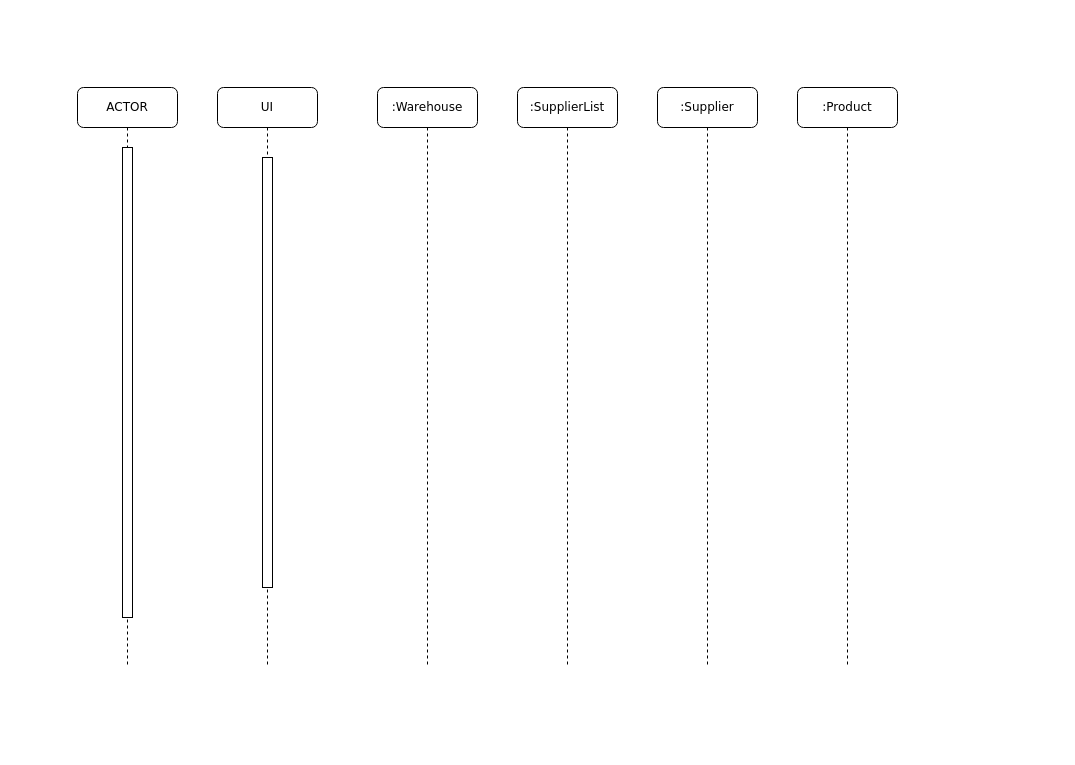
chrismd2/CSci-430-Group-11 keeps this draw.io diagram as Project_1/SequenceDiagrams/TrackSupplierInventory.drawio. Above is the earlier version. Source tidied: cells renumbered, new cells numbered last; positions are measured from the earlier drawing's top-left corner, leaving out a move shared by most shapes. Both pictures are drawn from the tidied source at 100%, with x=0, y=0 at pixel (77, 87).
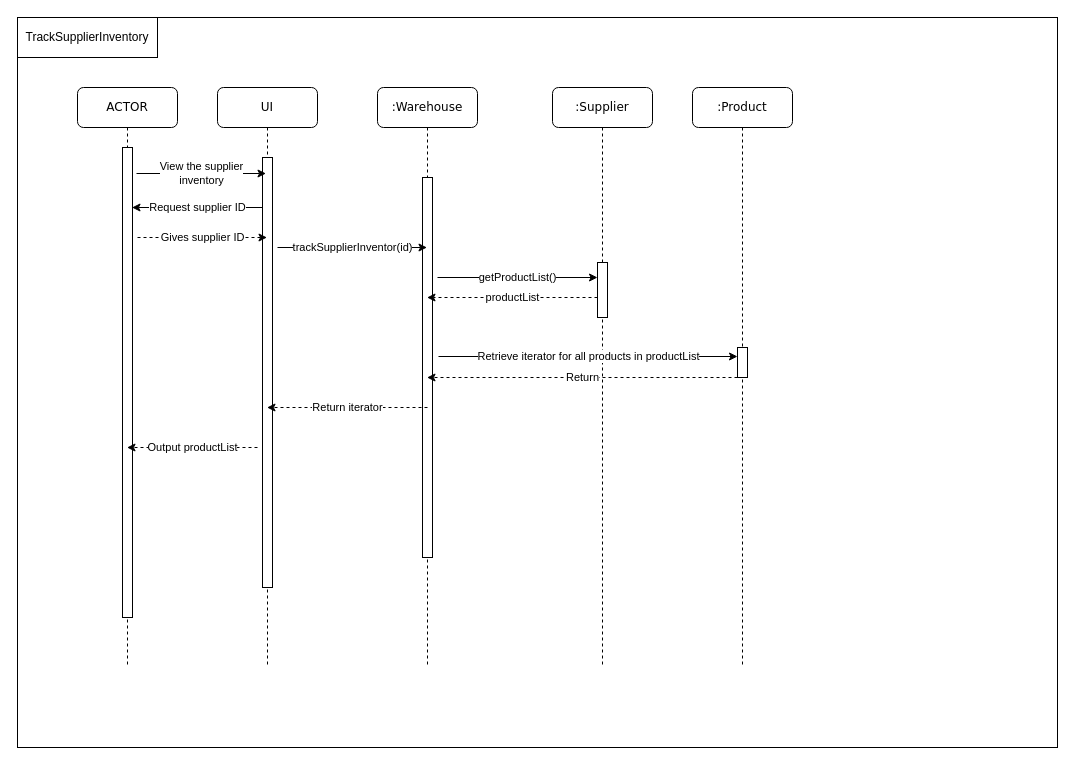
Above is the later version.

Unchanged cells that the change refers to:
```xml
<mxCell id="2" value="UI" style="shape=umlLifeline;perimeter=lifelinePerimeter;whiteSpace=wrap;html=1;outlineConnect=0;rounded=1;shadow=0;comic=0;labelBackgroundColor=none;strokeWidth=1;fontFamily=Verdana;fontSize=12;align=center;" parent="1" vertex="1">
  <mxGeometry x="140" width="100" height="580" as="geometry" />
</mxCell>
<mxCell id="4" value=":Warehouse" style="shape=umlLifeline;perimeter=lifelinePerimeter;whiteSpace=wrap;html=1;outlineConnect=0;rounded=1;shadow=0;comic=0;labelBackgroundColor=none;strokeWidth=1;fontFamily=Verdana;fontSize=12;align=center;" parent="1" vertex="1">
  <mxGeometry x="300" width="100" height="580" as="geometry" />
</mxCell>
<mxCell id="8" value="ACTOR" style="shape=umlLifeline;perimeter=lifelinePerimeter;whiteSpace=wrap;html=1;outlineConnect=0;rounded=1;shadow=0;comic=0;labelBackgroundColor=none;strokeWidth=1;fontFamily=Verdana;fontSize=12;align=center;" parent="1" vertex="1">
  <mxGeometry width="100" height="580" as="geometry" />
</mxCell>
```

Change to the diagram source:
```diff
@@
+    <mxCell id="11" style="rounded=0;whiteSpace=wrap;html=1;" parent="1" vertex="1">
+      <mxGeometry x="-60" y="-70" width="1040" height="730" as="geometry" />
+    </mxCell>
@@
-    <mxCell id="5" value=":SupplierList" style="shape=umlLifeline;perimeter=lifelinePerimeter;whiteSpace=wrap;html=1;rounded=1;shadow=0;comic=0;labelBackgroundColor=none;strokeWidth=1;fontFamily=Verdana;fontSize=12;align=center;" parent="1" vertex="1">
-      <mxGeometry x="440" width="100" height="580" as="geometry" />
-    </mxCell>
+    <mxCell id="12" style="rounded=0;whiteSpace=wrap;html=1;" parent="4" vertex="1">
+      <mxGeometry x="45" y="90" width="10" height="380" as="geometry" />
+    </mxCell>
     <mxCell id="6" value=":Supplier" style="shape=umlLifeline;perimeter=lifelinePerimeter;whiteSpace=wrap;html=1;rounded=1;shadow=0;comic=0;labelBackgroundColor=none;strokeWidth=1;fontFamily=Verdana;fontSize=12;align=center;" parent="1" vertex="1">
-      <mxGeometry x="580" width="100" height="580" as="geometry" />
+      <mxGeometry x="475" width="100" height="580" as="geometry" />
     </mxCell>
+    <mxCell id="13" style="rounded=0;whiteSpace=wrap;html=1;" parent="6" vertex="1">
+      <mxGeometry x="45" y="175" width="10" height="55" as="geometry" />
+    </mxCell>
     <mxCell id="7" value=":Product" style="shape=umlLifeline;perimeter=lifelinePerimeter;whiteSpace=wrap;html=1;rounded=1;shadow=0;comic=0;labelBackgroundColor=none;strokeWidth=1;fontFamily=Verdana;fontSize=12;align=center;" parent="1" vertex="1">
-      <mxGeometry x="720" width="100" height="580" as="geometry" />
+      <mxGeometry x="615" width="100" height="580" as="geometry" />
     </mxCell>
+    <mxCell id="14" style="rounded=0;whiteSpace=wrap;html=1;" parent="7" vertex="1">
+      <mxGeometry x="45" y="260" width="10" height="30" as="geometry" />
+    </mxCell>
@@
-    <mxCell id="10" style="rounded=0;whiteSpace=wrap;html=1;" parent="1" vertex="1">
-      <mxGeometry x="120" y="400" height="260" as="geometry" />
-    </mxCell>
+    <mxCell id="15" value="TrackSupplierInventory" style="rounded=0;whiteSpace=wrap;html=1;" parent="1" vertex="1">
+      <mxGeometry x="-60" y="-70" width="140" height="40" as="geometry" />
+    </mxCell>
+    <mxCell id="16" value="&lt;div&gt;View the supplier&lt;/div&gt;&lt;div&gt;inventory&lt;br&gt;&lt;/div&gt;" style="endArrow=classic;html=1;" parent="1" edge="1">
+      <mxGeometry relative="1" as="geometry">
+        <mxPoint x="59" y="86" as="sourcePoint" />
+        <mxPoint x="188.5" y="86" as="targetPoint" />
+      </mxGeometry>
+    </mxCell>
+    <mxCell id="17" value="Request supplier ID" style="endArrow=classic;html=1;" parent="1" edge="1">
+      <mxGeometry relative="1" as="geometry">
+        <mxPoint x="185.5" y="120" as="sourcePoint" />
+        <mxPoint x="54.5" y="120" as="targetPoint" />
+      </mxGeometry>
+    </mxCell>
+    <mxCell id="18" value="Gives supplier ID" style="endArrow=classic;html=1;dashed=1;" parent="1" edge="1" target="2">
+      <mxGeometry relative="1" as="geometry">
+        <mxPoint x="60" y="150" as="sourcePoint" />
+      </mxGeometry>
+    </mxCell>
+    <mxCell id="19" value="trackSupplierInventor(id)" style="endArrow=classic;html=1;" parent="1" edge="1" target="4">
+      <mxGeometry relative="1" as="geometry">
+        <mxPoint x="200" y="160" as="sourcePoint" />
+      </mxGeometry>
+    </mxCell>
+    <mxCell id="20" value="getProductList()" style="endArrow=classic;html=1;" parent="1" edge="1">
+      <mxGeometry relative="1" as="geometry">
+        <mxPoint x="360" y="190" as="sourcePoint" />
+        <mxPoint x="520" y="190" as="targetPoint" />
+      </mxGeometry>
+    </mxCell>
+    <mxCell id="21" value="productList" style="endArrow=classic;html=1;dashed=1;" parent="1" edge="1" target="4">
+      <mxGeometry relative="1" as="geometry">
+        <mxPoint x="520" y="210" as="sourcePoint" />
+      </mxGeometry>
+    </mxCell>
+    <mxCell id="22" value="Retrieve iterator for all products in productList" style="endArrow=classic;html=1;" parent="1" edge="1">
+      <mxGeometry relative="1" as="geometry">
+        <mxPoint x="361" y="269" as="sourcePoint" />
+        <mxPoint x="660" y="269" as="targetPoint" />
+      </mxGeometry>
+    </mxCell>
+    <mxCell id="23" value="Return" style="endArrow=classic;html=1;dashed=1;" parent="1" edge="1" target="4">
+      <mxGeometry relative="1" as="geometry">
+        <mxPoint x="660" y="290" as="sourcePoint" />
+      </mxGeometry>
+    </mxCell>
+    <mxCell id="24" value="Return iterator" style="endArrow=classic;html=1;dashed=1;" parent="1" edge="1" target="2">
+      <mxGeometry relative="1" as="geometry">
+        <mxPoint x="350" y="320" as="sourcePoint" />
+      </mxGeometry>
+    </mxCell>
+    <mxCell id="25" value="Output productList" style="endArrow=classic;html=1;dashed=1;" parent="1" edge="1" target="8">
+      <mxGeometry relative="1" as="geometry">
+        <mxPoint x="180" y="360" as="sourcePoint" />
+      </mxGeometry>
+    </mxCell>
```
